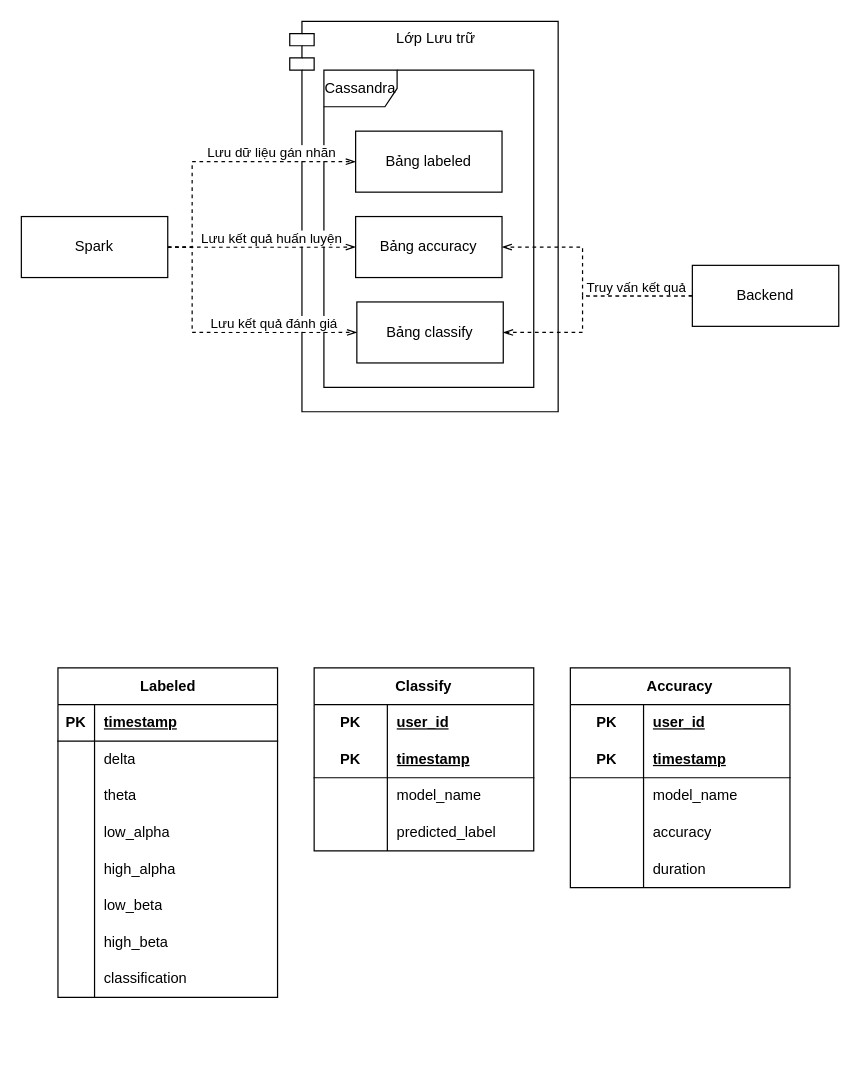
The draw.io diagram page "Storage Layer" (11 of 11) of Diagrams.drawio in DuyPh4m/DATN, before the edit. Source tidied: cells renumbered, new cells numbered last; positions are measured from the earlier drawing's top-left corner, leaving out a move shared by most shapes. Both pictures are drawn from the tidied source at 122%, with x=0, y=0 at pixel (21, 21).
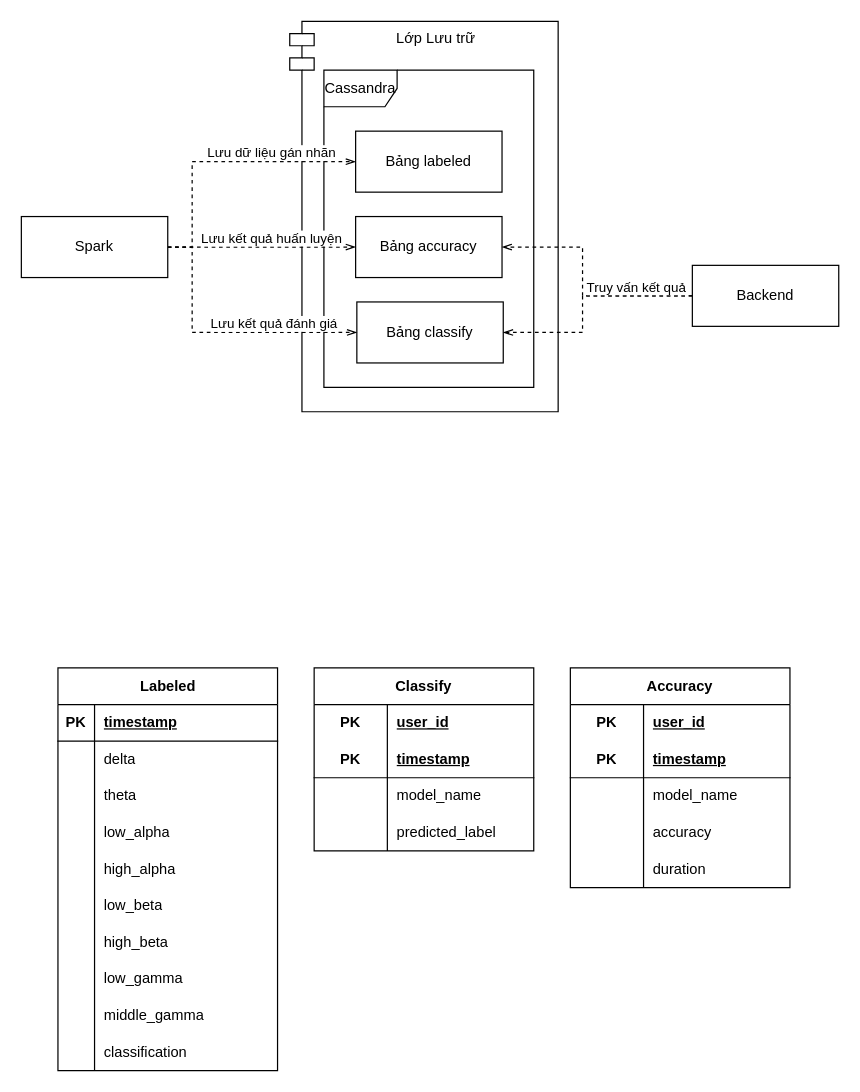
Above is the later version.

The change refers to these unchanged cells:
```xml
<mxCell id="40" style="shape=tableRow;horizontal=0;startSize=0;swimlaneHead=0;swimlaneBody=0;fillColor=none;top=0;left=0;right=0;bottom=0;" parent="18" vertex="1">
  <mxGeometry y="240" width="180" height="30" as="geometry" />
</mxCell>
```

Change to the diagram source:
```diff
@@
     <mxCell id="18" value="Labeled" style="shape=table;startSize=30;childLayout=tableLayout;rowLines=0;fontStyle=1;align=center;html=1;" parent="1" vertex="1">
-      <mxGeometry x="30" y="530" width="180" height="270" as="geometry" />
+      <mxGeometry x="30" y="530" width="180" height="330" as="geometry" />
     </mxCell>
@@
-    <mxCell id="42" value="classification" style="shape=partialRectangle;fillColor=none;top=0;left=0;bottom=0;right=0;align=left;spacingLeft=6;overflow=hidden;whiteSpace=wrap;html=1;" parent="40" vertex="1">
+    <mxCell id="42" value="&lt;div&gt;low_gamma&lt;/div&gt;" style="shape=partialRectangle;fillColor=none;top=0;left=0;bottom=0;right=0;align=left;spacingLeft=6;overflow=hidden;whiteSpace=wrap;html=1;" parent="40" vertex="1">
       <mxGeometry x="30" width="150" height="30" as="geometry" />
     </mxCell>
+    <mxCell id="72" style="shape=tableRow;horizontal=0;startSize=0;swimlaneHead=0;swimlaneBody=0;fillColor=none;top=0;left=0;right=0;bottom=0;" parent="18" vertex="1">
+      <mxGeometry y="270" width="180" height="30" as="geometry" />
+    </mxCell>
+    <mxCell id="73" style="shape=partialRectangle;fillColor=none;top=0;left=0;bottom=0;right=0;overflow=hidden;whiteSpace=wrap;html=1;" parent="72" vertex="1">
+      <mxGeometry width="30" height="30" as="geometry" />
+    </mxCell>
+    <mxCell id="74" value="middle_gamma" style="shape=partialRectangle;fillColor=none;top=0;left=0;bottom=0;right=0;align=left;spacingLeft=6;overflow=hidden;whiteSpace=wrap;html=1;" parent="72" vertex="1">
+      <mxGeometry x="30" width="150" height="30" as="geometry" />
+    </mxCell>
+    <mxCell id="75" style="shape=tableRow;horizontal=0;startSize=0;swimlaneHead=0;swimlaneBody=0;fillColor=none;top=0;left=0;right=0;bottom=0;" parent="18" vertex="1">
+      <mxGeometry y="300" width="180" height="30" as="geometry" />
+    </mxCell>
+    <mxCell id="76" style="shape=partialRectangle;fillColor=none;top=0;left=0;bottom=0;right=0;overflow=hidden;whiteSpace=wrap;html=1;" parent="75" vertex="1">
+      <mxGeometry width="30" height="30" as="geometry" />
+    </mxCell>
+    <mxCell id="77" value="classification" style="shape=partialRectangle;fillColor=none;top=0;left=0;bottom=0;right=0;align=left;spacingLeft=6;overflow=hidden;whiteSpace=wrap;html=1;" parent="75" vertex="1">
+      <mxGeometry x="30" width="150" height="30" as="geometry" />
+    </mxCell>
```
